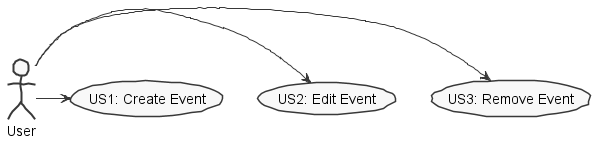
HugoFernandes2343/LAPR4_2017-2018 keeps this PlantUML diagram as docs/red/s1161213/sp1/us.png. Above is the earlier version.
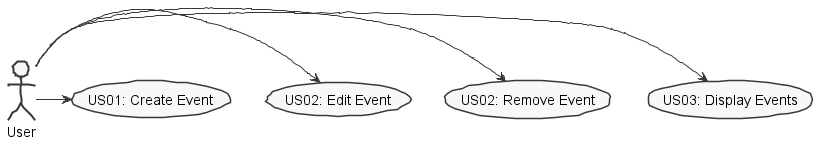
After the change.

What changed in the source:
```diff
@@ -5,9 +5,10 @@
 skinparam defaultFontName FG Virgil
 skinparam shadowing false
 
-User -> (US3: Remove Event)
-User -> (US2: Edit Event)
-User -> (US1: Create Event)
+User -> (US03: Display Events)
+User -> (US02: Remove Event)
+User -> (US02: Edit Event)
+User -> (US01: Create Event)
 
 
 @enduml
```
